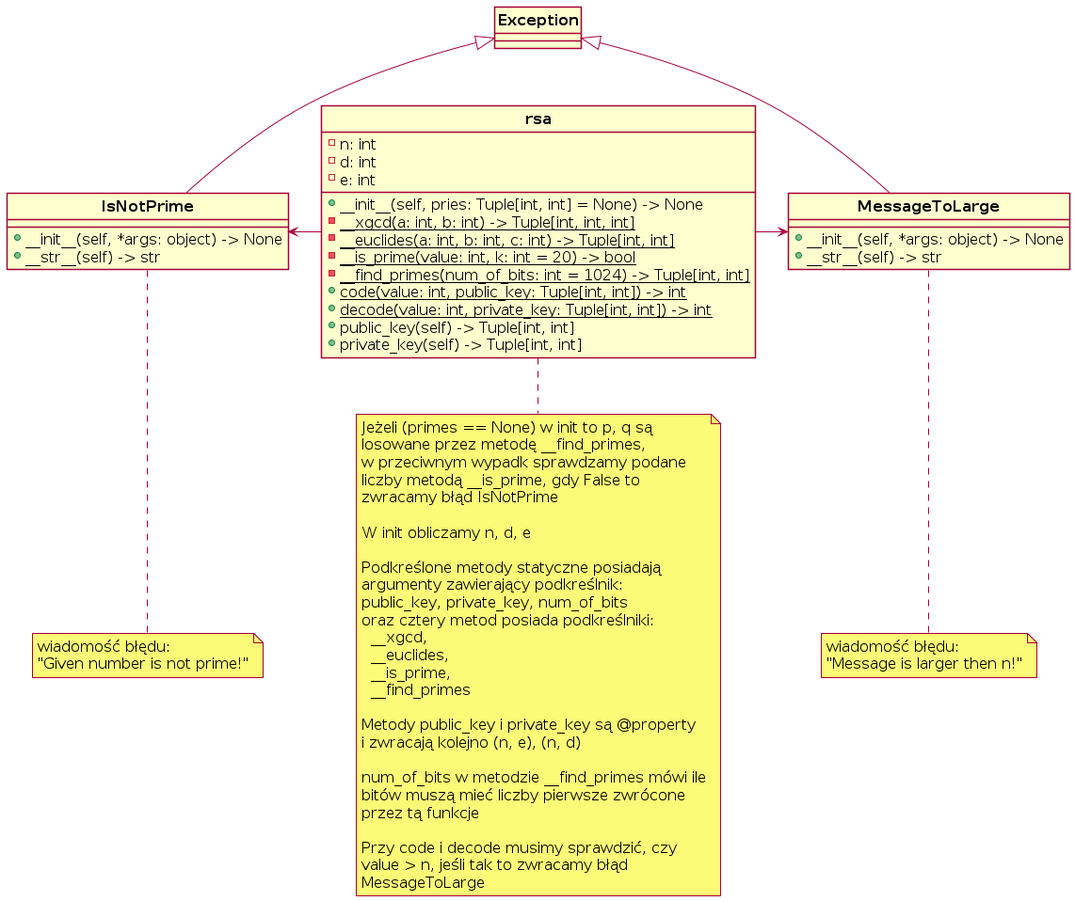
pakosiek/EKO-OKNA keeps this PlantUML diagram as uml/rsaclasses.png. Above is the earlier version.
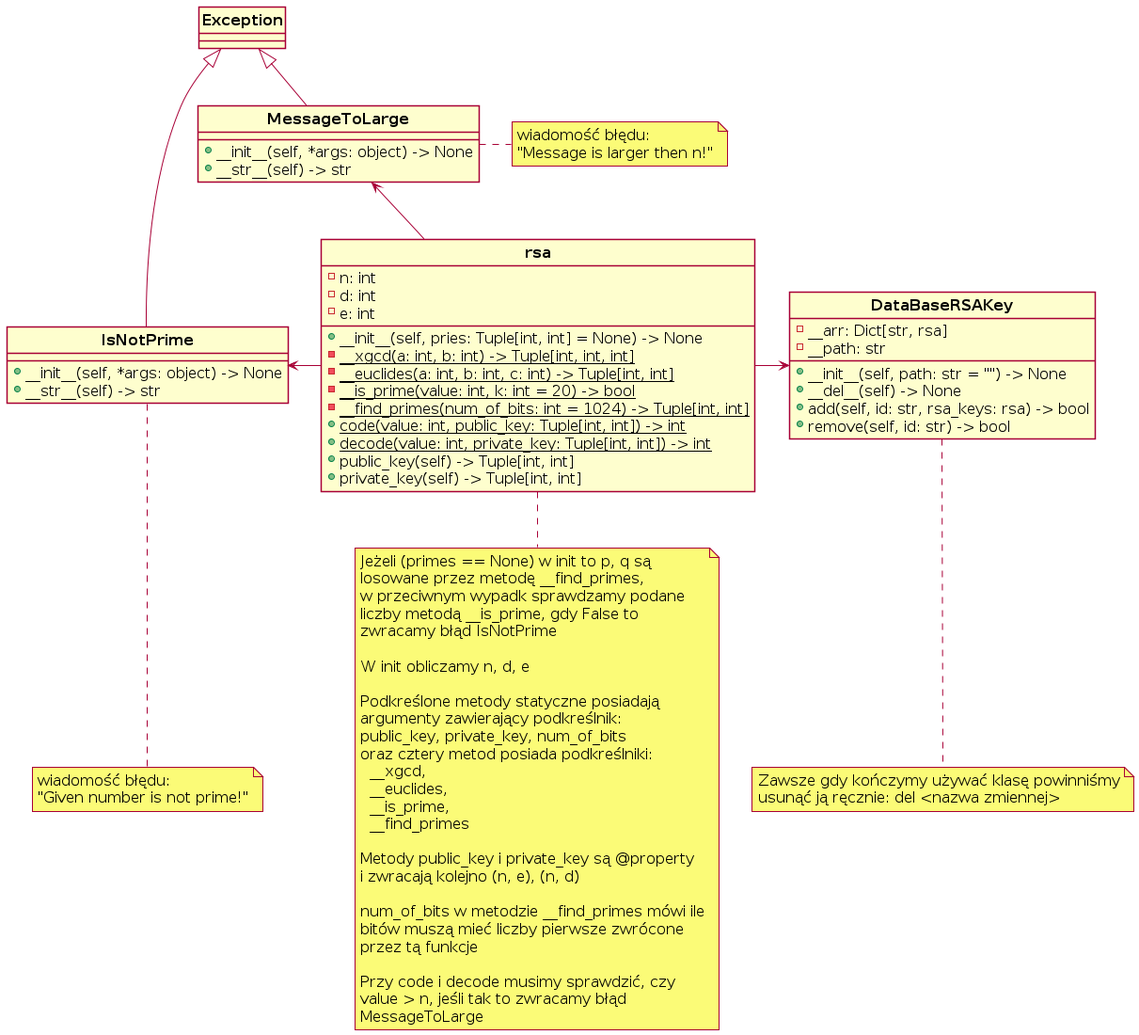
Above is the later version.

Commit message:
diagram uml uzupełniony o klasę DataBaseRSAKey

Change to the diagram source:
```diff
@@ -30,12 +30,21 @@
     {method} + private_key(self) -> Tuple[int, int]
 }
 
+class "<b>DataBaseRSAKey</b>" as DataBaseRSAKey {
+    {field} - __arr: Dict[str, rsa]
+    {field} - __path: str
+    {method} + __init__(self, path: str = "") -> None
+    {method} + __del__(self) -> None
+    {method} + add(self, id: str, rsa_keys: rsa) -> bool
+    {method} + remove(self, id: str) -> bool
+}
+
 note bottom of IsNotPrime
     wiadomość błędu:
     "Given number is not prime!"
 end note
 
-note bottom of MessageToLarge
+note right of MessageToLarge
     wiadomość błędu:
     "Message is larger then n!"
 end note
@@ -70,10 +79,17 @@
     MessageToLarge
 end note
 
+note bottom of DataBaseRSAKey
+    Zawsze gdy kończymy używać klasę powinniśmy
+    usunąć ją ręcznie: del <nazwa zmiennej>
+end note
+
 Exception <|--down IsNotPrime
 Exception <|--down MessageToLarge
-IsNotPrime <-down rsa
-MessageToLarge <-up rsa
+rsa -left-> IsNotPrime
+rsa -left-> MessageToLarge
+rsa -right-> DataBaseRSAKey
+MessageToLarge -[hidden]- IsNotPrime
 
 
 
```
